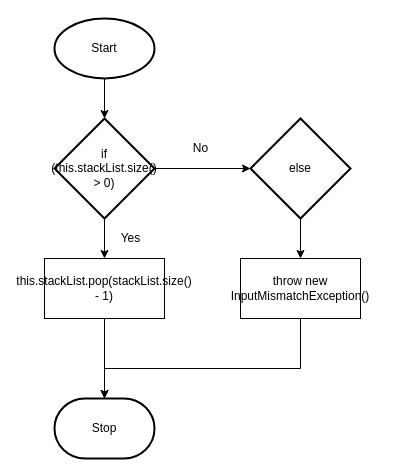
The draw.io diagram design/pop.drawio in michael-clermont1/ics4u-unit2-03-typescript, before the edit. Source tidied: cells renumbered, new cells numbered last; positions are measured from the earlier drawing's top-left corner, leaving out a move shared by most shapes. Both pictures are drawn from the tidied source at 100%, with x=0, y=0 at pixel (44, 18).
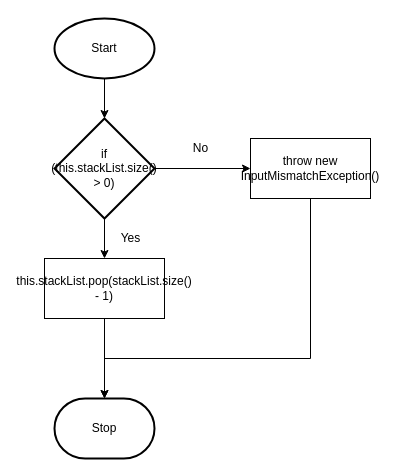
The same diagram, later.

Diff of the diagram source:
```diff
@@
 <mxGraphModel>
   <root>
     <mxCell id="0" />
     <mxCell id="1" parent="0" />
     <mxCell id="2" style="edgeStyle=orthogonalEdgeStyle;rounded=0;html=1;entryX=0.5;entryY=0;entryDx=0;entryDy=0;entryPerimeter=0;" parent="1" edge="1" source="3" target="10">
       <mxGeometry relative="1" as="geometry" />
     </mxCell>
     <mxCell id="3" value="Start" style="strokeWidth=2;html=1;shape=mxgraph.flowchart.start_1;whiteSpace=wrap;" parent="1" vertex="1">
       <mxGeometry x="10" width="100" height="60" as="geometry" />
     </mxCell>
     <mxCell id="4" style="edgeStyle=orthogonalEdgeStyle;rounded=0;html=1;entryX=0.5;entryY=0;entryDx=0;entryDy=0;entryPerimeter=0;" parent="1" edge="1" source="5" target="13">
       <mxGeometry relative="1" as="geometry" />
     </mxCell>
     <mxCell id="5" value="this.stackList.pop(stackList.size() - 1)" style="rounded=0;whiteSpace=wrap;html=1;" parent="1" vertex="1">
       <mxGeometry y="240" width="120" height="60" as="geometry" />
     </mxCell>
-    <mxCell id="6" style="edgeStyle=orthogonalEdgeStyle;rounded=0;html=1;entryX=0.5;entryY=0;entryDx=0;entryDy=0;" parent="1" edge="1" source="7" target="12">
-      <mxGeometry relative="1" as="geometry" />
-    </mxCell>
-    <mxCell id="7" value="else" style="strokeWidth=2;html=1;shape=mxgraph.flowchart.decision;whiteSpace=wrap;" parent="1" vertex="1">
-      <mxGeometry x="206" y="100" width="100" height="100" as="geometry" />
-    </mxCell>
     <mxCell id="8" style="edgeStyle=orthogonalEdgeStyle;rounded=0;html=1;entryX=0.5;entryY=0;entryDx=0;entryDy=0;" parent="1" edge="1" source="10" target="5">
       <mxGeometry relative="1" as="geometry" />
     </mxCell>
-    <mxCell id="9" style="edgeStyle=orthogonalEdgeStyle;rounded=0;html=1;entryX=0;entryY=0.5;entryDx=0;entryDy=0;entryPerimeter=0;" parent="1" edge="1" source="10" target="7">
-      <mxGeometry relative="1" as="geometry" />
-    </mxCell>
+    <mxCell id="16" style="edgeStyle=orthogonalEdgeStyle;rounded=0;html=1;entryX=0;entryY=0.5;entryDx=0;entryDy=0;" parent="1" edge="1" source="10" target="12">
+      <mxGeometry relative="1" as="geometry" />
+    </mxCell>
     <mxCell id="10" value="&lt;span&gt;if (this.stackList.size() &amp;gt; 0)&lt;/span&gt;" style="strokeWidth=2;html=1;shape=mxgraph.flowchart.decision;whiteSpace=wrap;" parent="1" vertex="1">
       <mxGeometry x="10" y="100" width="100" height="100" as="geometry" />
     </mxCell>
     <mxCell id="11" style="edgeStyle=orthogonalEdgeStyle;rounded=0;html=1;entryX=0.5;entryY=0;entryDx=0;entryDy=0;entryPerimeter=0;" parent="1" edge="1" source="12" target="13">
       <mxGeometry relative="1" as="geometry">
         <Array as="points">
-          <mxPoint x="256" y="350" />
-          <mxPoint x="60" y="350" />
+          <mxPoint x="266" y="340" />
+          <mxPoint x="60" y="340" />
         </Array>
       </mxGeometry>
     </mxCell>
     <mxCell id="12" value="throw new InputMismatchException()" style="rounded=0;whiteSpace=wrap;html=1;" parent="1" vertex="1">
-      <mxGeometry x="196" y="240" width="120" height="60" as="geometry" />
+      <mxGeometry x="206" y="120" width="120" height="60" as="geometry" />
     </mxCell>
     <mxCell id="13" value="Stop" style="strokeWidth=2;html=1;shape=mxgraph.flowchart.terminator;whiteSpace=wrap;" parent="1" vertex="1">
       <mxGeometry x="10" y="380" width="100" height="60" as="geometry" />
     </mxCell>
     <mxCell id="14" value="Yes" style="text;html=1;align=center;verticalAlign=middle;strokeColor=none;fillColor=none;" parent="1" vertex="1">
       <mxGeometry x="66" y="210" width="40" height="20" as="geometry" />
     </mxCell>
     <mxCell id="15" value="No" style="text;html=1;align=center;verticalAlign=middle;strokeColor=none;fillColor=none;" parent="1" vertex="1">
       <mxGeometry x="141" y="120" width="30" height="20" as="geometry" />
     </mxCell>
   </root>
 </mxGraphModel>
```
